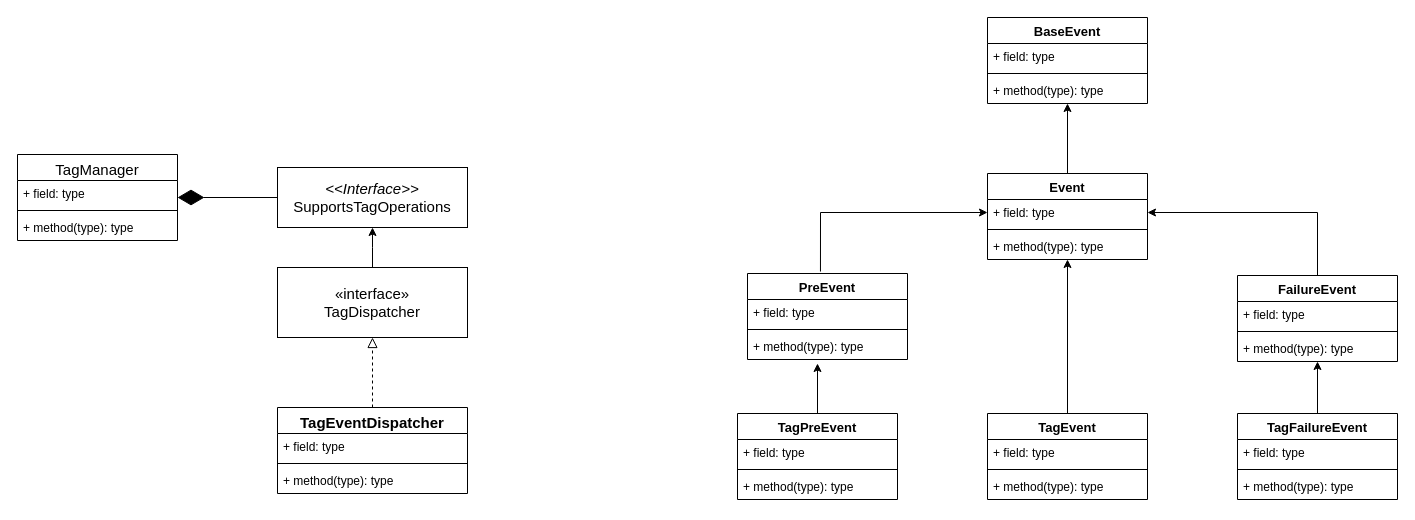
The draw.io diagram TagSystemDesign.drawio in TungYuChiang/java-practice-lab, before the edit. Source tidied: cells renumbered, new cells numbered last; positions are measured from the earlier drawing's top-left corner, leaving out a move shared by most shapes. Both pictures are drawn from the tidied source at 100%, with x=0, y=0 at pixel (17, 17).
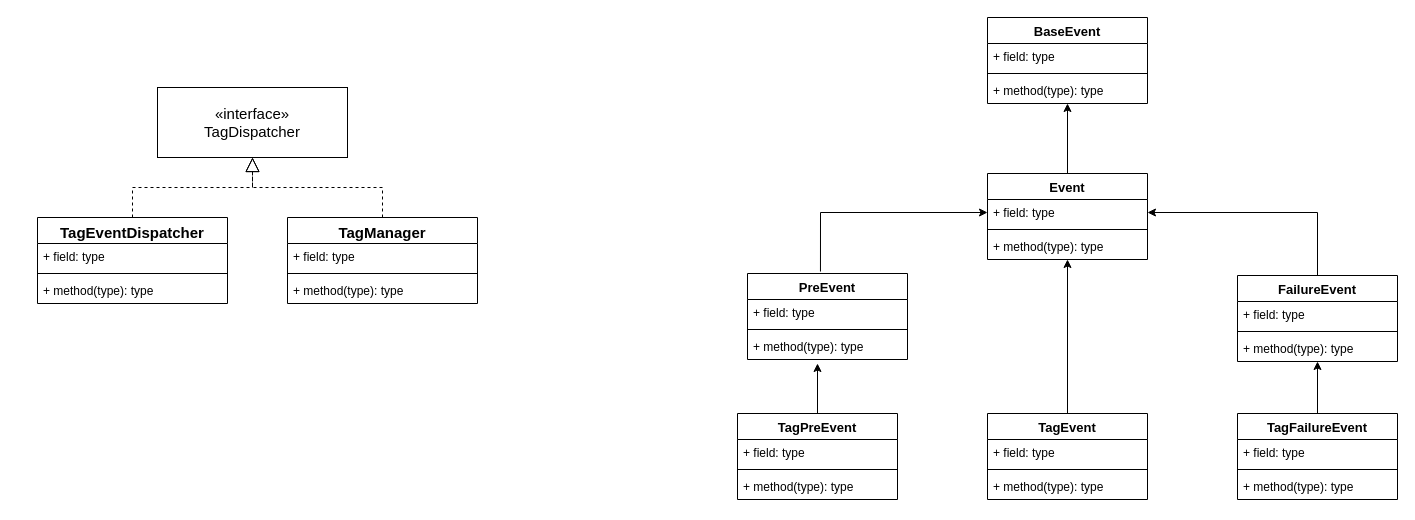
After the change.

The edit, as a diff of the source:
```diff
@@
-    <mxCell id="2" style="edgeStyle=orthogonalEdgeStyle;rounded=0;jettySize=auto;html=1;" parent="1" edge="1" source="3">
-      <mxGeometry relative="1" as="geometry">
-        <mxPoint x="355" y="210" as="targetPoint" />
-      </mxGeometry>
-    </mxCell>
     <mxCell id="3" value="«interface»&lt;br&gt;TagDispatcher" style="html=1;whiteSpace=wrap;fontSize=15;" parent="1" vertex="1">
-      <mxGeometry x="260" y="250" width="190" height="70" as="geometry" />
+      <mxGeometry x="140" y="70" width="190" height="70" as="geometry" />
     </mxCell>
     <mxCell id="4" value="TagEventDispatcher" style="swimlane;fontStyle=1;align=center;verticalAlign=top;horizontal=1;startSize=26;whiteSpace=wrap;html=1;fontSize=15;" parent="1" vertex="1">
-      <mxGeometry x="260" y="390" width="190" height="86" as="geometry" />
+      <mxGeometry x="20" y="200" width="190" height="86" as="geometry" />
     </mxCell>
@@
-    <mxCell id="13" style="endArrow=block;startArrow=none;endFill=0;startFill=0;endSize=8;html=1;verticalAlign=bottom;dashed=1;labelBackgroundColor=none;rounded=0;entryX=0.5;entryY=1;entryDx=0;entryDy=0;exitX=0.5;exitY=0;exitDx=0;exitDy=0;" parent="1" edge="1" source="4" target="3">
-      <mxGeometry relative="1" as="geometry" />
-    </mxCell>
@@
-    <mxCell id="43" value="&lt;i&gt;&amp;lt;&amp;lt;Interface&amp;gt;&amp;gt;&lt;/i&gt;&lt;br&gt;SupportsTagOperations" style="html=1;whiteSpace=wrap;fontSize=15;" parent="1" vertex="1">
-      <mxGeometry x="260" y="150" width="190" height="60" as="geometry" />
-    </mxCell>
+    <mxCell id="49" style="ellipse;whiteSpace=wrap;html=1;align=center;fillColor=none;strokeColor=none;perimeter=centerPerimeter;" parent="1" vertex="1">
+      <mxGeometry x="750" y="270" width="10" height="10" as="geometry" />
+    </mxCell>
+    <mxCell id="50" style="ellipse;whiteSpace=wrap;html=1;align=center;fillColor=none;strokeColor=none;perimeter=centerPerimeter;" parent="1" vertex="1">
+      <mxGeometry x="370" y="190" width="10" height="10" as="geometry" />
+    </mxCell>
-    <mxCell id="44" value="&lt;span style=&quot;font-weight: 400; text-align: start;&quot;&gt;&lt;font style=&quot;font-size: 15px;&quot;&gt;TagManager&lt;/font&gt;&lt;/span&gt;" style="swimlane;fontStyle=1;align=center;verticalAlign=top;horizontal=1;startSize=26;whiteSpace=wrap;html=1;" parent="1" vertex="1">
-      <mxGeometry y="137" width="160" height="86" as="geometry" />
+    <mxCell id="44" value="TagManager" style="swimlane;fontStyle=1;align=center;verticalAlign=top;horizontal=1;startSize=26;whiteSpace=wrap;html=1;fontSize=15;" parent="1" vertex="1">
+      <mxGeometry x="270" y="200" width="190" height="86" as="geometry" />
     </mxCell>
     <mxCell id="45" value="+ field: type" style="text;strokeColor=none;fillColor=none;align=left;verticalAlign=top;spacingLeft=4;spacingRight=4;overflow=hidden;whiteSpace=wrap;html=1;" parent="44" vertex="1">
-      <mxGeometry y="26" width="160" height="26" as="geometry" />
+      <mxGeometry y="26" width="190" height="26" as="geometry" />
     </mxCell>
-    <mxCell id="46" style="line;strokeWidth=1;fillColor=none;align=left;verticalAlign=middle;spacingTop=-1;spacingLeft=3;spacingRight=3;labelPosition=right;strokeColor=inherit;" parent="44" vertex="1">
-      <mxGeometry y="52" width="160" height="8" as="geometry" />
-    </mxCell>
+    <mxCell id="51" style="line;strokeWidth=1;fillColor=none;align=left;verticalAlign=middle;spacingTop=-1;spacingLeft=3;spacingRight=3;labelPosition=right;strokeColor=inherit;" parent="44" vertex="1">
+      <mxGeometry y="52" width="190" height="8" as="geometry" />
+    </mxCell>
     <mxCell id="47" value="+ method(type): type" style="text;strokeColor=none;fillColor=none;align=left;verticalAlign=top;spacingLeft=4;spacingRight=4;overflow=hidden;whiteSpace=wrap;html=1;" parent="44" vertex="1">
-      <mxGeometry y="60" width="160" height="26" as="geometry" />
+      <mxGeometry y="60" width="190" height="26" as="geometry" />
     </mxCell>
-    <mxCell id="48" style="endArrow=diamondThin;endFill=1;endSize=24;html=1;rounded=0;exitX=0;exitY=0.5;exitDx=0;exitDy=0;" parent="1" edge="1" source="43" target="44">
-      <mxGeometry relative="1" as="geometry" />
-    </mxCell>
-    <mxCell id="49" style="ellipse;whiteSpace=wrap;html=1;align=center;fillColor=none;strokeColor=none;perimeter=centerPerimeter;" parent="1" vertex="1">
-      <mxGeometry x="750" y="270" width="10" height="10" as="geometry" />
-    </mxCell>
-    <mxCell id="50" style="ellipse;whiteSpace=wrap;html=1;align=center;fillColor=none;strokeColor=none;perimeter=centerPerimeter;" parent="1" vertex="1">
-      <mxGeometry x="490" y="370" width="10" height="10" as="geometry" />
-    </mxCell>
+    <mxCell id="13" style="endArrow=block;dashed=1;endFill=0;endSize=12;html=1;rounded=0;entryX=0.5;entryY=1;entryDx=0;entryDy=0;exitX=0.5;exitY=0;exitDx=0;exitDy=0;" parent="1" edge="1" source="4" target="3">
+      <mxGeometry relative="1" as="geometry">
+        <Array as="points">
+          <mxPoint x="115" y="170" />
+          <mxPoint x="235" y="170" />
+        </Array>
+      </mxGeometry>
+    </mxCell>
+    <mxCell id="52" style="endArrow=block;dashed=1;endFill=0;endSize=12;html=1;rounded=0;exitX=0.5;exitY=0;exitDx=0;exitDy=0;entryX=0.5;entryY=1;entryDx=0;entryDy=0;" parent="1" edge="1" source="44" target="3">
+      <mxGeometry relative="1" as="geometry">
+        <Array as="points">
+          <mxPoint x="365" y="170" />
+          <mxPoint x="235" y="170" />
+        </Array>
+      </mxGeometry>
+    </mxCell>
```
